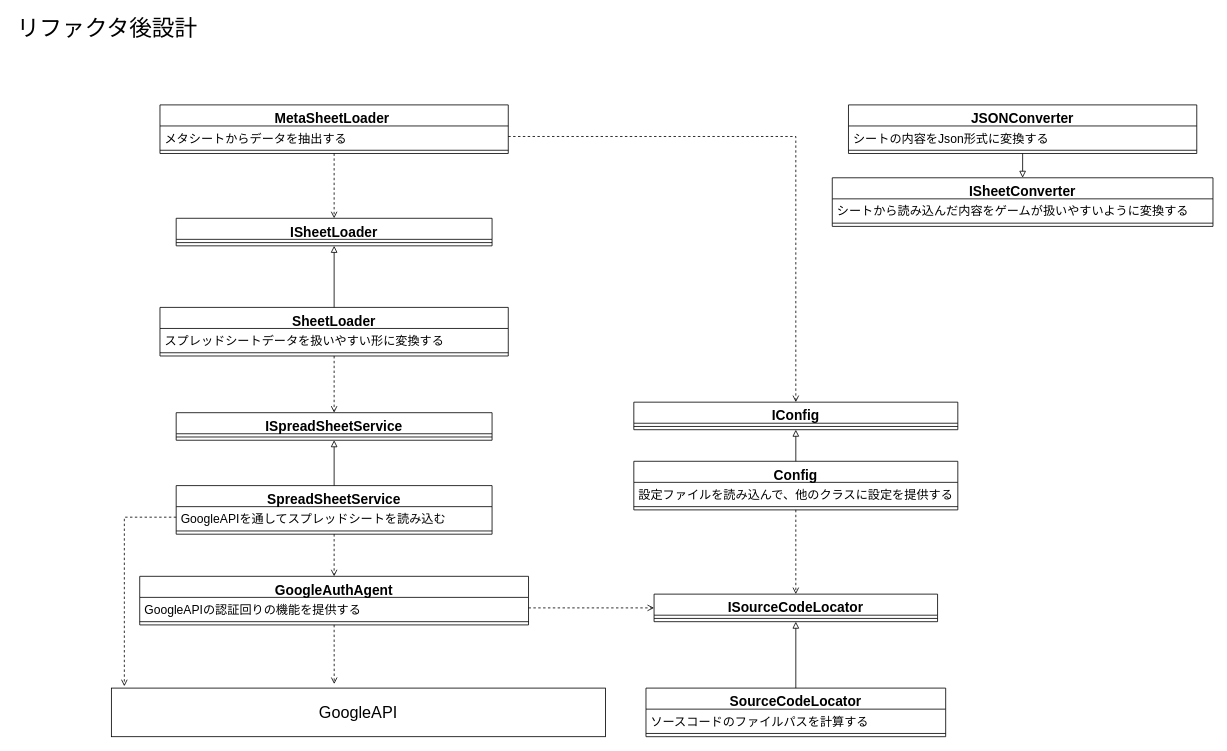
Above: Designs/コア機能設計.drawio in Dumble009/GoogleDriveDownloader (draw.io), before the change. Source tidied: cells renumbered, new cells numbered last; positions are measured from the earlier drawing's top-left corner, leaving out a move shared by most shapes. Both pictures are drawn from the tidied source at 81%, with x=0, y=0 at pixel (14, 15).
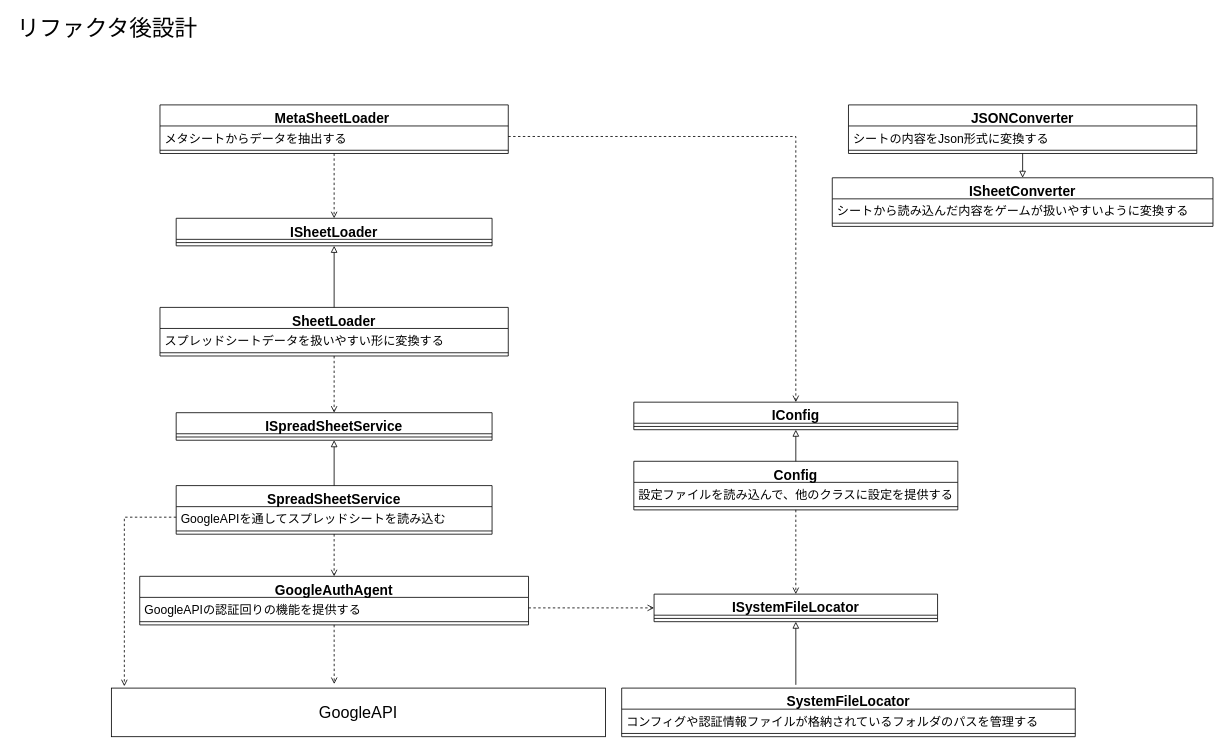
Above is the later version.

Commit message (it also covers changes not shown here):
コア機能の設計を変更

SouceCodeLocatorを、コンフィグファイルや認証情報ファイルを持つフォルダのパスを管理するSystemFileLocatorに変更

The edit, as a diff of the source:
```diff
@@
-    <mxCell id="27" value="SourceCodeLocator" style="swimlane;fontStyle=1;align=center;verticalAlign=top;horizontal=1;startSize=26;fontSize=17;" parent="1" vertex="1">
-      <mxGeometry x="780" y="830" width="370" height="60" as="geometry" />
+    <mxCell id="27" value="SystemFileLocator" style="swimlane;fontStyle=1;align=center;verticalAlign=top;horizontal=1;startSize=26;fontSize=17;" parent="1" vertex="1">
+      <mxGeometry x="750" y="830" width="560" height="60" as="geometry" />
     </mxCell>
-    <mxCell id="28" value="ソースコードのファイルパスを計算する" style="text;strokeColor=none;fillColor=none;align=left;verticalAlign=top;spacingLeft=4;spacingRight=4;overflow=hidden;fontSize=15;" parent="27" vertex="1">
-      <mxGeometry y="26" width="370" height="26" as="geometry" />
+    <mxCell id="28" value="コンフィグや認証情報ファイルが格納されているフォルダのパスを管理する" style="text;strokeColor=none;fillColor=none;align=left;verticalAlign=top;spacingLeft=4;spacingRight=4;overflow=hidden;fontSize=15;" parent="27" vertex="1">
+      <mxGeometry y="26" width="560" height="26" as="geometry" />
     </mxCell>
     <mxCell id="29" style="line;strokeWidth=1;fillColor=none;align=left;verticalAlign=middle;spacingTop=-1;spacingLeft=3;spacingRight=3;labelPosition=right;fontSize=20;" parent="27" vertex="1">
-      <mxGeometry y="52" width="370" height="8" as="geometry" />
+      <mxGeometry y="52" width="560" height="8" as="geometry" />
     </mxCell>
-    <mxCell id="30" value="ISourceCodeLocator" style="swimlane;fontStyle=1;align=center;verticalAlign=top;horizontal=1;startSize=26;fontSize=17;" parent="1" vertex="1">
+    <mxCell id="30" value="ISystemFileLocator" style="swimlane;fontStyle=1;align=center;verticalAlign=top;horizontal=1;startSize=26;fontSize=17;" parent="1" vertex="1">
       <mxGeometry x="790" y="714" width="350" height="34" as="geometry" />
     </mxCell>
@@
-    <mxCell id="33" style="endArrow=block;html=1;rounded=0;fontSize=20;exitX=0.5;exitY=0;exitDx=0;exitDy=0;entryX=0.5;entryY=1;entryDx=0;entryDy=0;endFill=0;" parent="1" edge="1" source="27" target="30">
+    <mxCell id="33" style="endArrow=block;html=1;rounded=0;fontSize=20;entryX=0.5;entryY=1;entryDx=0;entryDy=0;endFill=0;exitX=0.384;exitY=-0.067;exitDx=0;exitDy=0;exitPerimeter=0;" parent="1" edge="1" source="27" target="30">
       <mxGeometry relative="1" as="geometry" />
     </mxCell>
```
